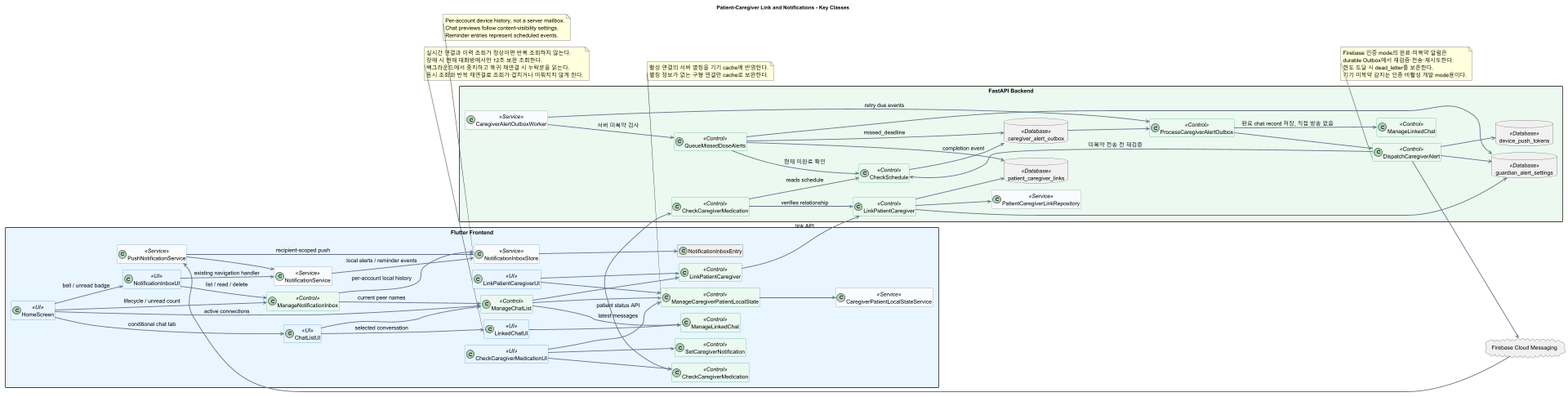
The PlantUML diagram docs/UML/class/04_CaregiverNotifications.png in 1window2/MedBuddy, before a commit.
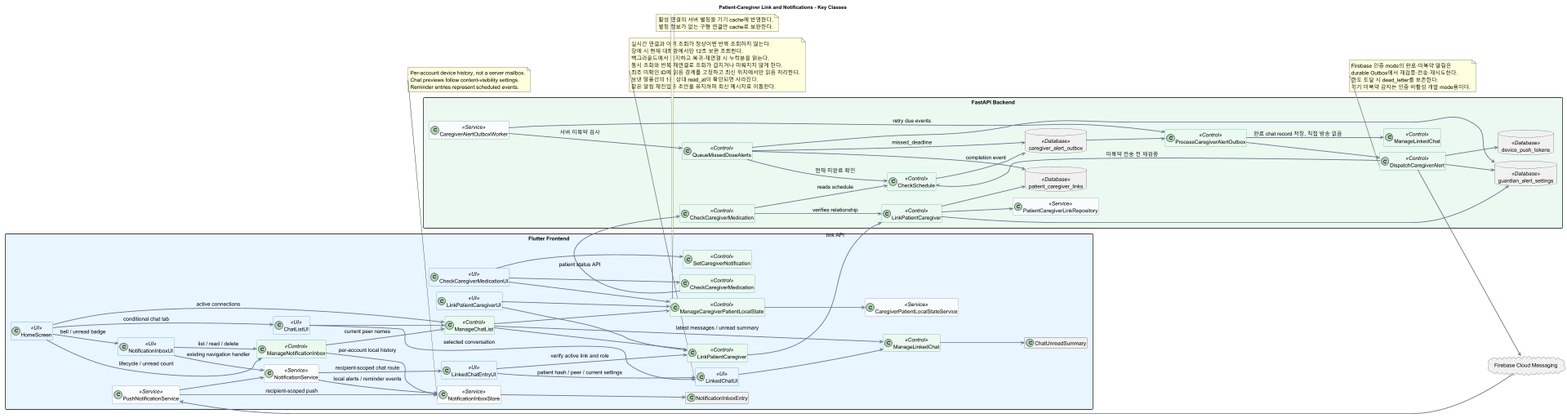
Above is the later version.

Change to the diagram source:
```diff
@@ -32,6 +32,8 @@
   class HomeScreen <<UI>>
   class ChatListUI <<UI>>
   class LinkedChatUI <<UI>>
+  class LinkedChatEntryUI <<UI>>
+  class ChatUnreadSummary
   class ManageChatList <<Control>>
   class ManageLinkedChat <<Control>>
   class LinkPatientCaregiverUI <<UI>>
@@ -83,13 +85,20 @@
 ChatListUI --> ManageChatList
 ManageChatList --> FLinkPatientCaregiver
 ManageChatList --> ManageCaregiverPatientLocalState
-ManageChatList --> ManageLinkedChat : latest messages
+ManageChatList --> ManageLinkedChat : latest messages / unread summary
+NotificationService --> LinkedChatEntryUI : recipient-scoped chat route
+LinkedChatEntryUI --> FLinkPatientCaregiver : verify active link and role
+LinkedChatEntryUI --> LinkedChatUI : patient hash / peer / current settings
+ManageLinkedChat --> ChatUnreadSummary
 LinkedChatUI --> ManageLinkedChat
 note top of LinkedChatUI
   실시간 연결과 이력 조회가 정상이면 반복 조회하지 않는다.
   장애 시 현재 대화방에서만 12초 보완 조회한다.
   백그라운드에서 중지하고 복귀·재연결 시 누락분을 읽는다.
   동시 조회와 반복 재연결로 조회가 겹치거나 미뤄지지 않게 한다.
+  최초 미확인 ID에 읽음 경계를 고정하고 최신 위치에서만 읽음 처리한다.
+  보낸 말풍선의 1은 상대 read_at이 확인되면 사라진다.
+  같은 알림 재진입은 초안을 유지하며 최신 메시지로 이동한다.
 end note
 LinkPatientCaregiverUI --> ManageCaregiverPatientLocalState
 CheckCaregiverMedicationUI --> FCheckCaregiverMedication
```
